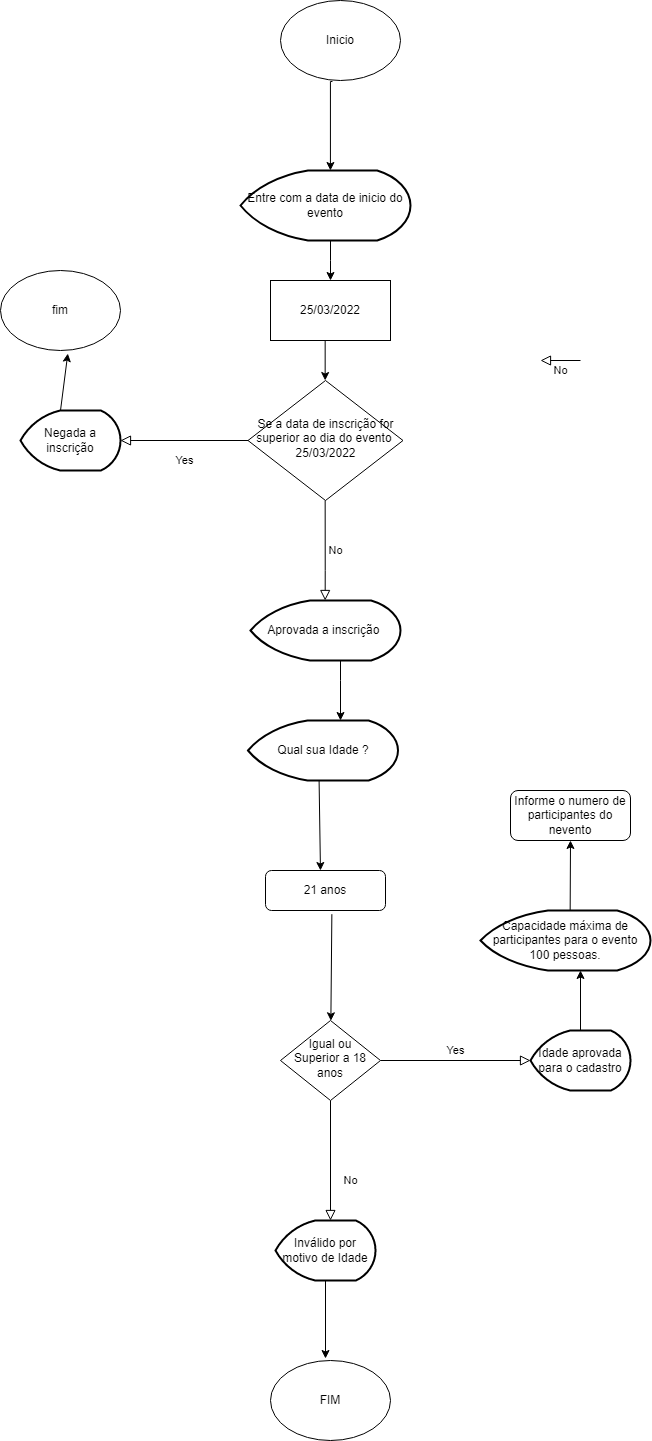
Earlier version of the draw.io export Untitled Diagram.drawio.png (EvertonMDS/Fluxograma). Source tidied: cells renumbered, new cells last; positions are measured from the earlier drawing's top-left corner, leaving out a move shared by most shapes.
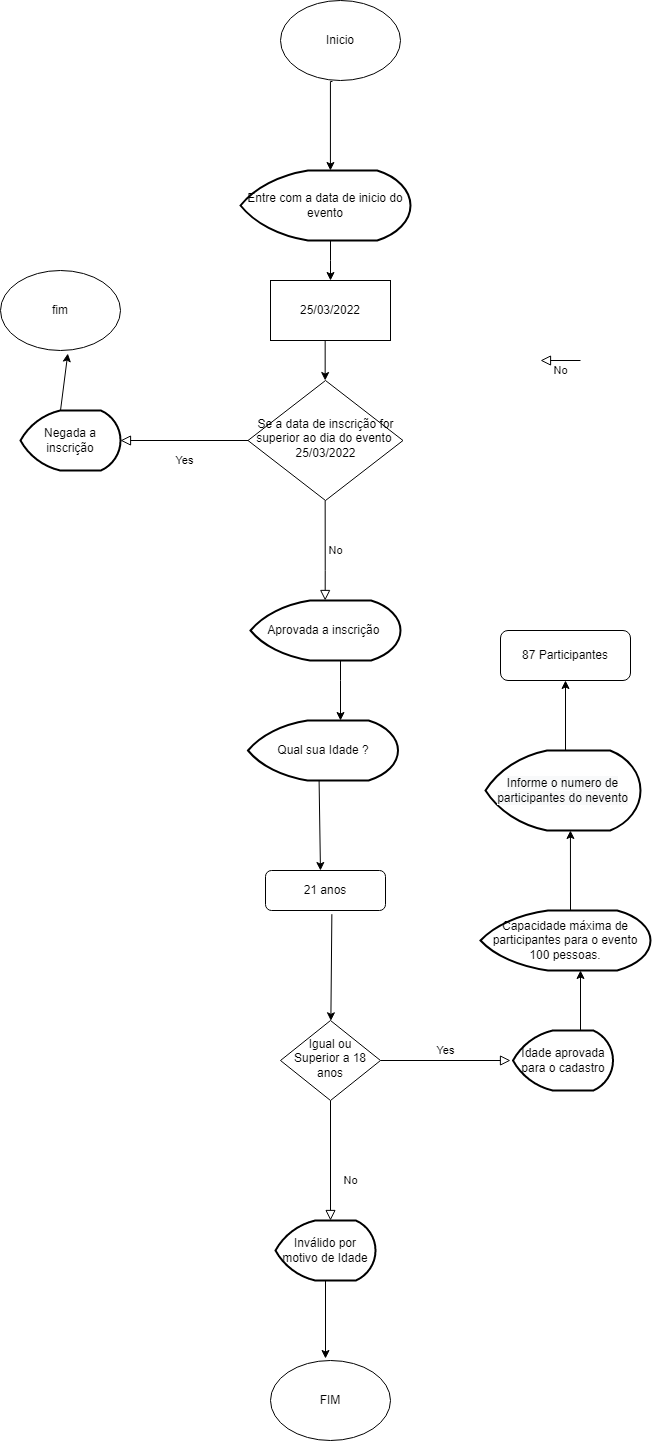
Later version of the same file.

The edit, as a diff of the source:
```diff
@@ -10,9 +10,9 @@
         <mxPoint x="330" y="1220" as="targetPoint" />
       </mxGeometry>
     </mxCell>
-    <mxCell id="4" value="Yes" style="edgeStyle=orthogonalEdgeStyle;rounded=0;html=1;jettySize=auto;fontSize=11;endArrow=block;endFill=0;endSize=8;strokeWidth=1;shadow=0;labelBackgroundColor=none;entryX=0;entryY=0.5;entryDx=0;entryDy=0;" parent="1" edge="1" source="5">
+    <mxCell id="4" value="Yes" style="edgeStyle=orthogonalEdgeStyle;rounded=0;html=1;jettySize=auto;fontSize=11;endArrow=block;endFill=0;endSize=8;strokeWidth=1;shadow=0;labelBackgroundColor=none;" parent="1" edge="1" source="5">
       <mxGeometry y="10" relative="1" as="geometry">
-        <mxPoint x="530" y="1060" as="targetPoint" />
+        <mxPoint x="510" y="1060" as="targetPoint" />
       </mxGeometry>
     </mxCell>
     <mxCell id="5" value="Igual ou Superior a 18 anos" style="rhombus;whiteSpace=wrap;html=1;shadow=0;fontFamily=Helvetica;fontSize=12;align=center;strokeWidth=1;spacing=6;spacingTop=-4;" parent="1" vertex="1">
@@ -119,7 +119,7 @@
       </mxGeometry>
     </mxCell>
     <mxCell id="27" value="Idade aprovada para o cadastro" style="strokeWidth=2;html=1;shape=mxgraph.flowchart.display;whiteSpace=wrap;" parent="1" vertex="1">
-      <mxGeometry x="530" y="1030" width="100" height="60" as="geometry" />
+      <mxGeometry x="512.5" y="1030" width="100" height="60" as="geometry" />
     </mxCell>
     <mxCell id="28" style="endArrow=classic;html=1;rounded=0;" parent="1" edge="1">
       <mxGeometry relative="1" as="geometry">
@@ -130,18 +130,21 @@
     <mxCell id="29" value="Capacidade máxima de participantes para o evento 100 pessoas." style="strokeWidth=2;html=1;shape=mxgraph.flowchart.display;whiteSpace=wrap;" parent="1" vertex="1">
       <mxGeometry x="480" y="910" width="170" height="60" as="geometry" />
     </mxCell>
-    <mxCell id="30" style="edgeStyle=orthogonalEdgeStyle;rounded=0;jettySize=auto;html=1;exitX=0.5;exitY=0;exitDx=0;exitDy=0;" parent="1" edge="1" source="31">
-      <mxGeometry relative="1" as="geometry">
-        <mxPoint x="570" y="810" as="targetPoint" />
-      </mxGeometry>
-    </mxCell>
-    <mxCell id="31" value="Informe o numero de participantes do nevento" style="rounded=1;whiteSpace=wrap;html=1;fontSize=12;glass=0;strokeWidth=1;shadow=0;" parent="1" vertex="1">
-      <mxGeometry x="510" y="790" width="120" height="50" as="geometry" />
+    <mxCell id="31" value="87 Participantes" style="rounded=1;whiteSpace=wrap;html=1;fontSize=12;glass=0;strokeWidth=1;shadow=0;" parent="1" vertex="1">
+      <mxGeometry x="500" y="630" width="130" height="50" as="geometry" />
     </mxCell>
-    <mxCell id="32" style="endArrow=classic;html=1;rounded=0;entryX=0.5;entryY=1;entryDx=0;entryDy=0;" parent="1" edge="1" target="31">
-      <mxGeometry relative="1" as="geometry">
-        <mxPoint x="569.7" y="910" as="sourcePoint" />
-      </mxGeometry>
-    </mxCell>
+    <mxCell id="33" value="&#10;&#10;&lt;span style=&quot;color: rgb(0, 0, 0); font-family: helvetica; font-size: 12px; font-style: normal; font-weight: 400; letter-spacing: normal; text-align: center; text-indent: 0px; text-transform: none; word-spacing: 0px; background-color: rgb(248, 249, 250); display: inline; float: none;&quot;&gt;Informe o numero de participantes do nevento&lt;/span&gt;&#10;&#10;" style="strokeWidth=2;html=1;shape=mxgraph.flowchart.display;whiteSpace=wrap;" parent="1" vertex="1">
+      <mxGeometry x="485" y="750" width="155" height="80" as="geometry" />
+    </mxCell>
+    <mxCell id="34" style="endArrow=classic;html=1;rounded=0;entryX=0.548;entryY=1;entryDx=0;entryDy=0;entryPerimeter=0;" parent="1" edge="1" target="33">
+      <mxGeometry relative="1" as="geometry">
+        <mxPoint x="570" y="910" as="sourcePoint" />
+      </mxGeometry>
+    </mxCell>
+    <mxCell id="35" style="endArrow=classic;html=1;rounded=0;entryX=0.5;entryY=1;entryDx=0;entryDy=0;" parent="1" edge="1" target="31">
+      <mxGeometry relative="1" as="geometry">
+        <mxPoint x="565" y="750" as="sourcePoint" />
+      </mxGeometry>
+    </mxCell>
   </root>
 </mxGraphModel>
```
